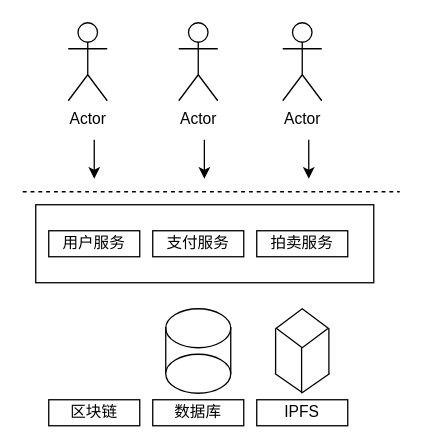
Earlier version of the draw.io diagram 一、种基于区块链智能合约的密封拍卖方法及系统.drawio (ForLina/sxc_contract). Source tidied: cells renumbered, new cells numbered last; positions are measured from the earlier drawing's top-left corner, leaving out a move shared by most shapes. Both pictures are drawn from the tidied source at 130%, with x=0, y=0 at pixel (22, 22).
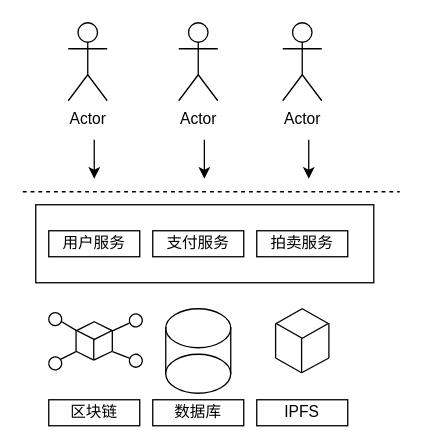
After the change.

Commit message (it also covers changes not shown here):
更新一、种基于区块链智能合约的密封拍卖方法及系统.drawio

The edit, as a diff of the source:
```diff
@@
+    <mxCell id="25" style="ellipse;whiteSpace=wrap;html=1;" parent="1" vertex="1">
+      <mxGeometry x="110" y="255" width="50" height="30" as="geometry" />
+    </mxCell>
+    <mxCell id="26" style="group;" parent="1" vertex="1">
+      <mxGeometry x="193" y="220" width="44" height="50" as="geometry" />
+    </mxCell>
-    <mxCell id="19" style="rhombus;whiteSpace=wrap;html=1;" parent="1" vertex="1">
-      <mxGeometry x="195" y="220" width="40" height="30" as="geometry" />
+    <mxCell id="19" style="rhombus;whiteSpace=wrap;html=1;" parent="26" vertex="1">
+      <mxGeometry x="2" width="40" height="22.7" as="geometry" />
     </mxCell>
-    <mxCell id="20" style="line;strokeWidth=1;direction=south;html=1;" parent="1" vertex="1">
-      <mxGeometry x="193" y="235" width="3" height="35" as="geometry" />
+    <mxCell id="20" style="line;strokeWidth=1;direction=south;html=1;" parent="26" vertex="1">
+      <mxGeometry y="11.4" width="3" height="26.5" as="geometry" />
     </mxCell>
-    <mxCell id="21" style="line;strokeWidth=1;direction=south;html=1;" parent="1" vertex="1">
-      <mxGeometry x="213" y="250" width="3" height="35" as="geometry" />
+    <mxCell id="21" style="line;strokeWidth=1;direction=south;html=1;" parent="26" vertex="1">
+      <mxGeometry x="20" y="22.7" width="3" height="26.5" as="geometry" />
     </mxCell>
-    <mxCell id="22" style="line;strokeWidth=1;direction=south;html=1;" parent="1" vertex="1">
-      <mxGeometry x="234" y="235" width="3" height="35" as="geometry" />
+    <mxCell id="22" style="line;strokeWidth=1;direction=south;html=1;" parent="26" vertex="1">
+      <mxGeometry x="41" y="11.4" width="3" height="26.5" as="geometry" />
     </mxCell>
-    <mxCell id="23" style="line;strokeWidth=1;direction=south;html=1;rotation=125;" parent="1" vertex="1">
-      <mxGeometry x="203.1" y="264.2" width="3" height="26" as="geometry" />
-    </mxCell>
-    <mxCell id="24" style="line;strokeWidth=1;direction=north;html=1;rotation=235;" parent="1" vertex="1">
-      <mxGeometry x="224" y="264.2" width="3" height="26" as="geometry" />
-    </mxCell>
-    <mxCell id="25" style="ellipse;whiteSpace=wrap;html=1;" parent="1" vertex="1">
-      <mxGeometry x="110" y="255" width="50" height="30" as="geometry" />
-    </mxCell>
+    <mxCell id="27" style="endArrow=none;html=1;rounded=0;entryX=1;entryY=0.5;entryDx=0;entryDy=0;entryPerimeter=0;exitX=1;exitY=0.5;exitDx=0;exitDy=0;exitPerimeter=0;" parent="26" edge="1" source="21" target="20">
+      <mxGeometry relative="1" as="geometry" />
+    </mxCell>
+    <mxCell id="28" style="endArrow=none;html=1;rounded=0;entryX=1;entryY=0.5;entryDx=0;entryDy=0;entryPerimeter=0;exitX=1;exitY=0.5;exitDx=0;exitDy=0;exitPerimeter=0;" parent="26" edge="1" source="21" target="22">
+      <mxGeometry relative="1" as="geometry" />
+    </mxCell>
+    <mxCell id="29" style="group;" parent="1" vertex="1">
+      <mxGeometry x="40" y="230" width="30" height="31.5" as="geometry" />
+    </mxCell>
+    <mxCell id="30" style="rhombus;whiteSpace=wrap;html=1;" parent="29" vertex="1">
+      <mxGeometry x="1.4" width="27.3" height="13.6" as="geometry" />
+    </mxCell>
+    <mxCell id="31" style="line;strokeWidth=1;direction=south;html=1;" parent="29" vertex="1">
+      <mxGeometry y="6.8" width="2" height="15.9" as="geometry" />
+    </mxCell>
+    <mxCell id="32" style="line;strokeWidth=1;direction=south;html=1;" parent="29" vertex="1">
+      <mxGeometry x="13.6" y="13.6" width="2" height="15.9" as="geometry" />
+    </mxCell>
+    <mxCell id="33" style="line;strokeWidth=1;direction=south;html=1;" parent="29" vertex="1">
+      <mxGeometry x="27.9" y="6.8" width="2" height="15.9" as="geometry" />
+    </mxCell>
+    <mxCell id="34" style="endArrow=none;html=1;rounded=0;entryX=1;entryY=0.5;entryDx=0;entryDy=0;entryPerimeter=0;exitX=1;exitY=0.5;exitDx=0;exitDy=0;exitPerimeter=0;" parent="29" edge="1" source="32" target="31">
+      <mxGeometry relative="1" as="geometry" />
+    </mxCell>
+    <mxCell id="35" style="endArrow=none;html=1;rounded=0;exitX=1;exitY=0.5;exitDx=0;exitDy=0;exitPerimeter=0;entryX=1;entryY=0.5;entryDx=0;entryDy=0;entryPerimeter=0;" parent="29" edge="1" source="32" target="33">
+      <mxGeometry relative="1" as="geometry" />
+    </mxCell>
+    <mxCell id="36" style="endArrow=none;html=1;rounded=0;exitX=0;exitY=0.5;exitDx=0;exitDy=0;" parent="1" edge="1" source="30">
+      <mxGeometry relative="1" as="geometry">
+        <mxPoint x="30" y="230" as="targetPoint" />
+      </mxGeometry>
+    </mxCell>
+    <mxCell id="37" style="ellipse;whiteSpace=wrap;html=1;" parent="1" vertex="1">
+      <mxGeometry x="20" y="223" width="10" height="10" as="geometry" />
+    </mxCell>
+    <mxCell id="38" style="group;rotation=-60;" parent="1" vertex="1">
+      <mxGeometry x="19" y="252" width="21" height="14" as="geometry" />
+    </mxCell>
+    <mxCell id="39" style="endArrow=none;html=1;rounded=0;exitX=0;exitY=0.5;exitDx=0;exitDy=0;" parent="38" edge="1">
+      <mxGeometry relative="1" as="geometry">
+        <mxPoint x="22" y="1" as="sourcePoint" />
+        <mxPoint x="10" y="7" as="targetPoint" />
+      </mxGeometry>
+    </mxCell>
+    <mxCell id="40" style="ellipse;whiteSpace=wrap;html=1;rotation=-60;" parent="38" vertex="1">
+      <mxGeometry x="1" y="5" width="10" height="10" as="geometry" />
+    </mxCell>
+    <mxCell id="41" style="group;rotation=120;" parent="1" vertex="1">
+      <mxGeometry x="71" y="224" width="21" height="14" as="geometry" />
+    </mxCell>
+    <mxCell id="42" style="endArrow=none;html=1;rounded=0;exitX=0;exitY=0.5;exitDx=0;exitDy=0;" parent="41" edge="1">
+      <mxGeometry relative="1" as="geometry">
+        <mxPoint x="-2" y="13" as="sourcePoint" />
+        <mxPoint x="11" y="7" as="targetPoint" />
+      </mxGeometry>
+    </mxCell>
+    <mxCell id="43" style="ellipse;whiteSpace=wrap;html=1;rotation=120;" parent="41" vertex="1">
+      <mxGeometry x="11" width="10" height="10" as="geometry" />
+    </mxCell>
+    <mxCell id="44" style="group;rotation=-190;" parent="1" vertex="1">
+      <mxGeometry x="71" y="251" width="21" height="14" as="geometry" />
+    </mxCell>
+    <mxCell id="45" style="endArrow=none;html=1;rounded=0;exitX=0;exitY=0.5;exitDx=0;exitDy=0;" parent="44" edge="1">
+      <mxGeometry relative="1" as="geometry">
+        <mxPoint x="-2" y="2" as="sourcePoint" />
+        <mxPoint x="11" y="7" as="targetPoint" />
+      </mxGeometry>
+    </mxCell>
+    <mxCell id="46" style="ellipse;whiteSpace=wrap;html=1;rotation=-190;" parent="44" vertex="1">
+      <mxGeometry x="11" y="4" width="10" height="10" as="geometry" />
+    </mxCell>
```
